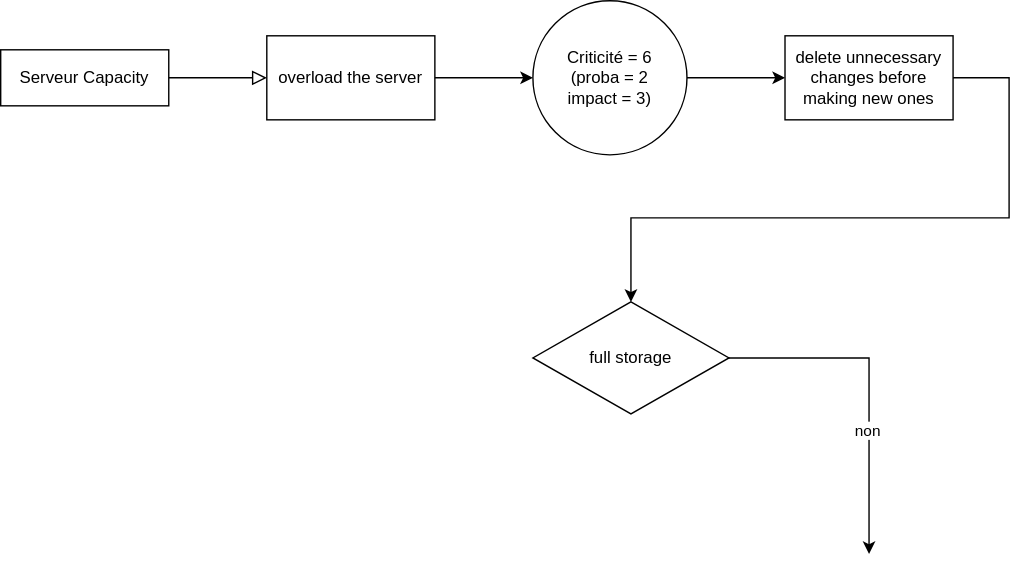
This is SAE S2_04.svg from nico38t/SAE-S2.04, a draw.io export, as it was before one commit. Source tidied: cells renumbered, new cells last; positions are measured from the earlier drawing's top-left corner, leaving out a move shared by most shapes.
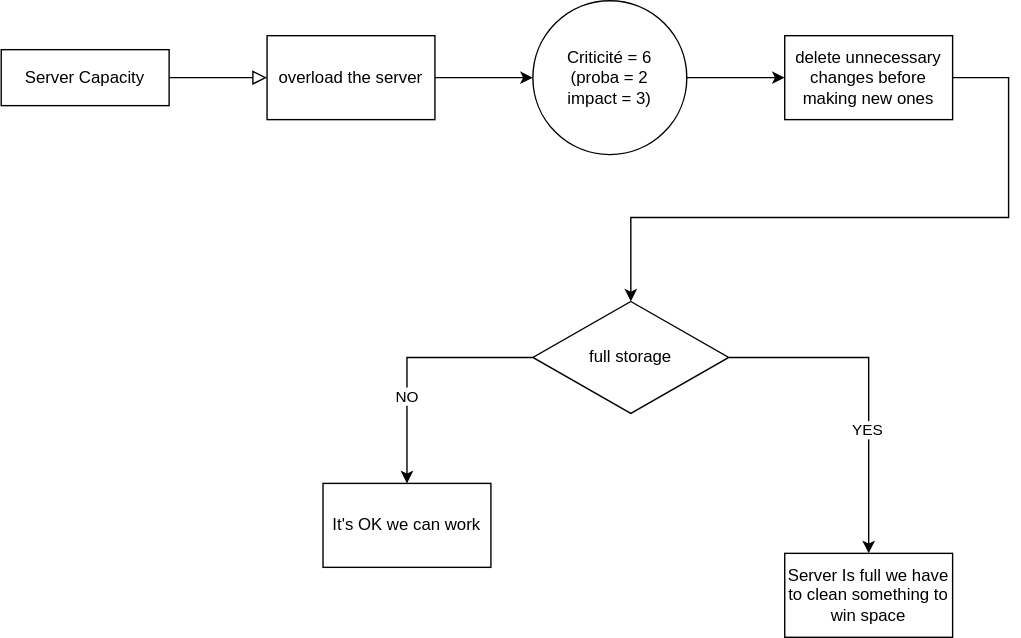
After the change.

Commit message:
Mettre à jour SAE S2_04.svg

What changed in the source:
```diff
@@ -5,7 +5,7 @@
     <mxCell id="2" style="rounded=0;html=1;jettySize=auto;fontSize=11;endArrow=block;endFill=0;endSize=8;strokeWidth=1;shadow=0;labelBackgroundColor=none;edgeStyle=orthogonalEdgeStyle;entryX=0;entryY=0.5;entryDx=0;entryDy=0;" parent="1" edge="1" source="3" target="4">
       <mxGeometry relative="1" as="geometry" />
     </mxCell>
-    <mxCell id="3" value="Serveur Capacity" style="rounded=1;whiteSpace=wrap;html=1;fontSize=12;glass=0;strokeWidth=1;shadow=0;arcSize=0;" parent="1" vertex="1">
+    <mxCell id="3" value="Server Capacity" style="rounded=1;whiteSpace=wrap;html=1;fontSize=12;glass=0;strokeWidth=1;shadow=0;arcSize=0;" parent="1" vertex="1">
       <mxGeometry y="35" width="120" height="40" as="geometry" />
     </mxCell>
     <mxCell id="4" value="overload the server" style="rounded=0;whiteSpace=wrap;html=1;" parent="1" vertex="1">
@@ -45,8 +45,25 @@
         </Array>
       </mxGeometry>
     </mxCell>
-    <mxCell id="12" value="non" style="edgeLabel;html=1;align=center;verticalAlign=middle;" parent="11" vertex="1">
+    <mxCell id="12" value="YES" style="edgeLabel;html=1;align=center;verticalAlign=middle;" parent="11" vertex="1">
       <mxGeometry x="0.27" y="-1" relative="1" as="geometry" />
     </mxCell>
+    <mxCell id="13" value="Server Is full we have to clean some&lt;span style=&quot;background-color: initial;&quot;&gt;thing to win space&lt;/span&gt;" style="rounded=0;whiteSpace=wrap;html=1;" parent="1" vertex="1">
+      <mxGeometry x="560" y="395" width="120" height="60" as="geometry" />
+    </mxCell>
+    <mxCell id="14" style="endArrow=classic;html=1;rounded=0;exitX=0;exitY=0.5;exitDx=0;exitDy=0;exitPerimeter=0;" parent="1" edge="1" source="10">
+      <mxGeometry relative="1" as="geometry">
+        <mxPoint x="290" y="345" as="targetPoint" />
+        <Array as="points">
+          <mxPoint x="290" y="255" />
+        </Array>
+      </mxGeometry>
+    </mxCell>
+    <mxCell id="15" value="NO" style="edgeLabel;html=1;align=center;verticalAlign=middle;" parent="14" vertex="1">
+      <mxGeometry x="0.31" relative="1" as="geometry" />
+    </mxCell>
+    <mxCell id="16" value="It's OK we can work" style="rounded=0;whiteSpace=wrap;html=1;" parent="1" vertex="1">
+      <mxGeometry x="230" y="345" width="120" height="60" as="geometry" />
+    </mxCell>
   </root>
 </mxGraphModel>
```
